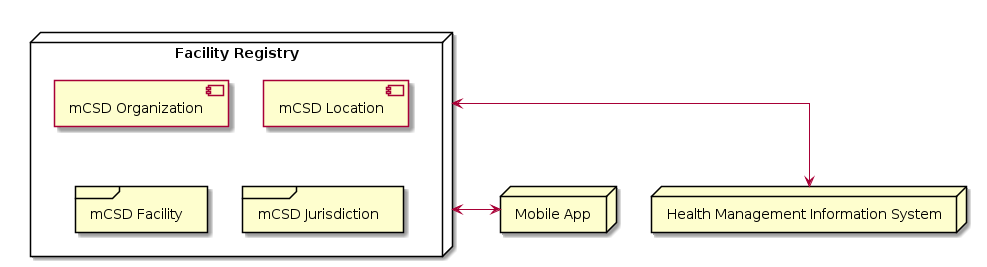
This is media/simple-facility-registry.png from IHE/mCSD-Whitepaper, a PlantUML export, as it was before one commit.
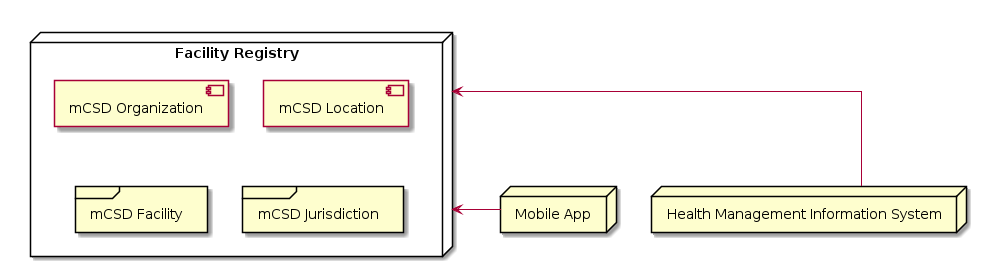
After the change.

Commit message:
Updated diagrams for facility registry.

The edit, as a diff of the source:
```diff
@@ -12,7 +12,8 @@
   node hmis as "Health Management Information System"
   node mobile as "Mobile App"
 }
-registry <--> hmis
-registry <--> mobile
+registry -[hidden]-> hmis
+registry <-- hmis
+registry <-- mobile
 
 @enduml
```
